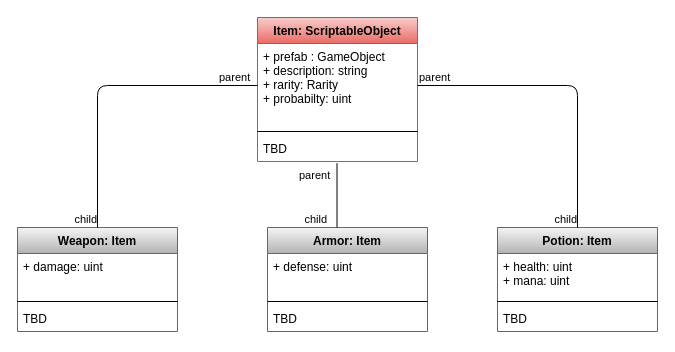
The draw.io diagram page "Item" (3 of 4) of Design/LootTableSystem.drawio in tai-engineer/3D_RPG_Survival, before the edit. Source tidied: cells renumbered, new cells numbered last; positions are measured from the earlier drawing's top-left corner, leaving out a move shared by most shapes. Both pictures are drawn from the tidied source at 100%, with x=0, y=0 at pixel (17, 17).
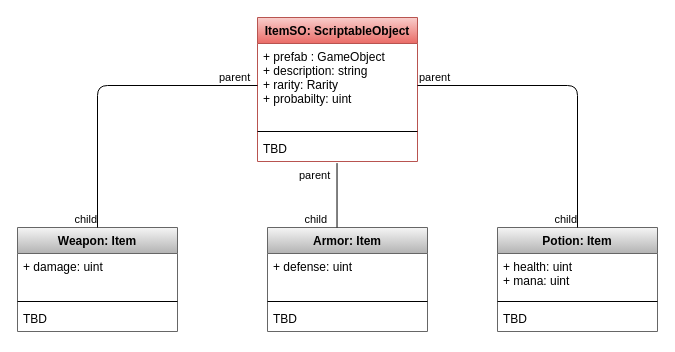
The same diagram, later.

Change to the diagram source:
```diff
@@
-    <mxCell id="2" value="Item: ScriptableObject" style="swimlane;fontStyle=1;align=center;verticalAlign=top;horizontal=1;startSize=26;fillColor=#f8cecc;gradientColor=#ea6b66;strokeColor=#b85450;" parent="1" vertex="1">
+    <mxCell id="2" value="ItemSO: ScriptableObject" style="swimlane;fontStyle=1;align=center;verticalAlign=top;horizontal=1;startSize=26;fillColor=#f8cecc;gradientColor=#ea6b66;strokeColor=#b85450;" parent="1" vertex="1">
       <mxGeometry x="240" width="160" height="144" as="geometry" />
     </mxCell>
```
